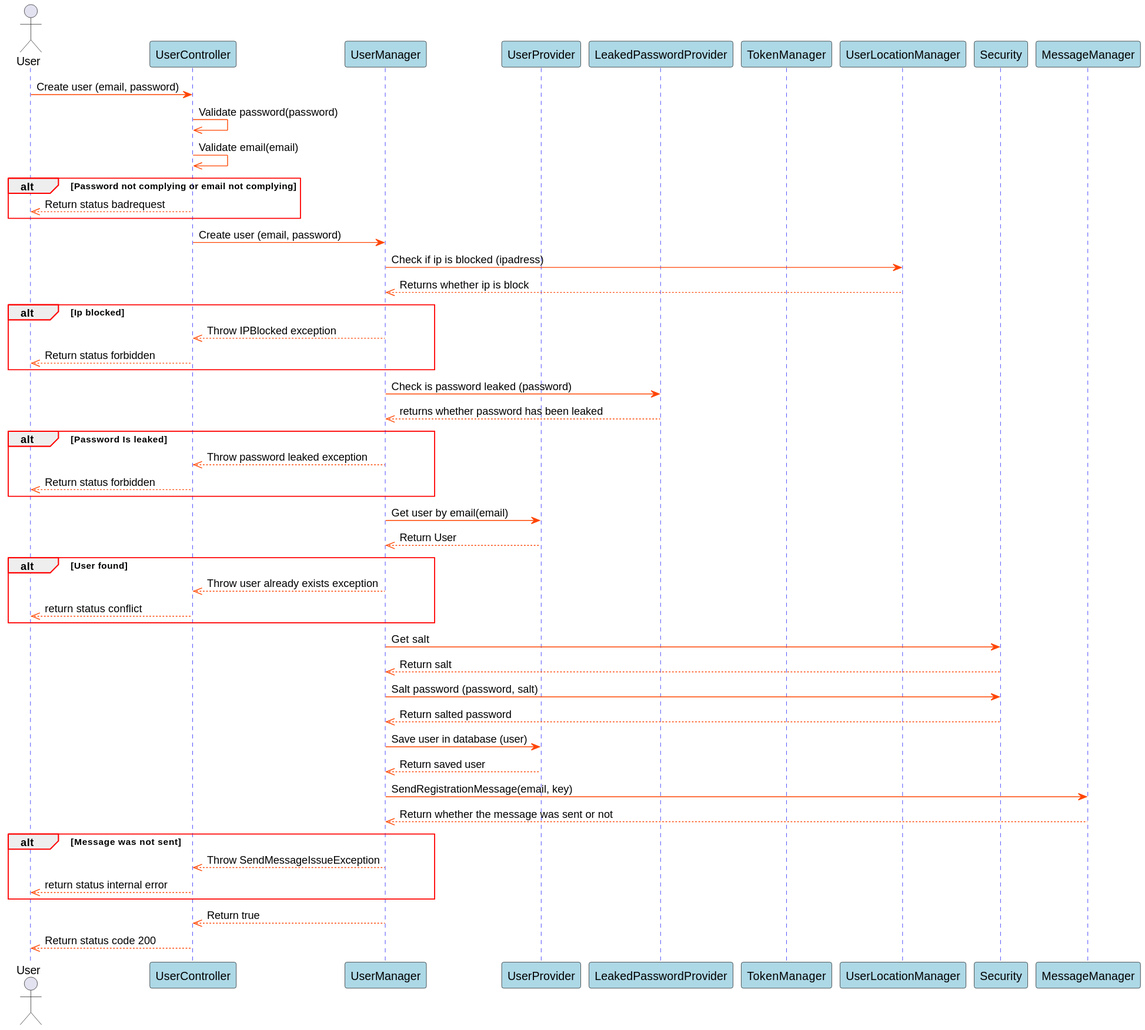
Before: Docs/out/SDDiagrams/CreateUserSD/Create User SD.svg, a diagram exported from PlantUML (blackout1471/trust-us-school).
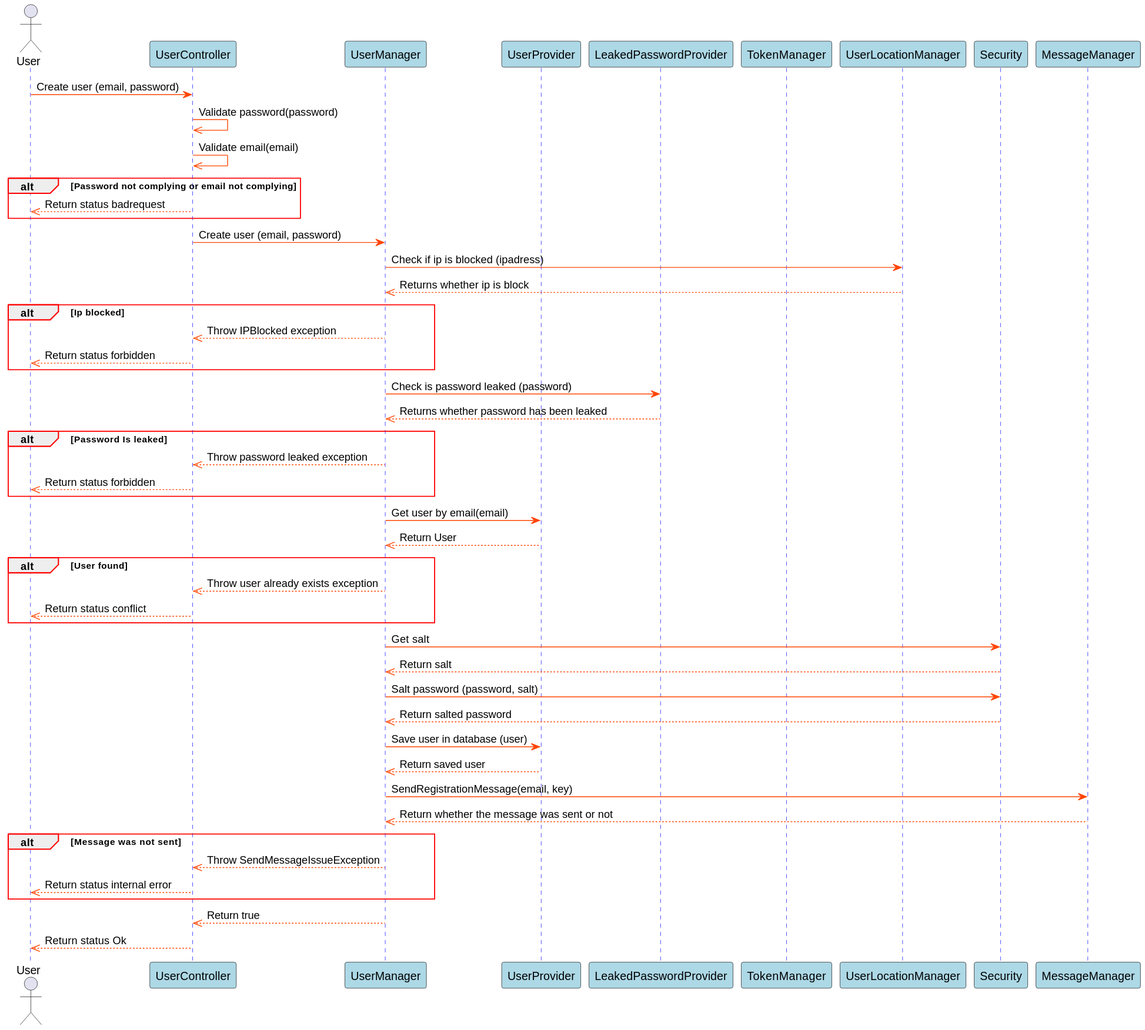
After the commit.

Diff of the diagram source:
```diff
@@ -42,7 +42,7 @@
 
 
 UserManager->LeakedPasswordProvider: Check is password leaked (password)
-LeakedPasswordProvider-->>UserManager: returns whether password has been leaked
+LeakedPasswordProvider-->>UserManager: Returns whether password has been leaked
 
 alt Password Is leaked
 UserManager-->>UserController: Throw password leaked exception
@@ -55,7 +55,7 @@
 alt User found
 
 UserManager-->>UserController: Throw user already exists exception
-UserController-->>User: return status conflict
+UserController-->>User: Return status conflict
 
 end
 
@@ -74,10 +74,10 @@
 
 alt Message was not sent
 UserManager -->> UserController: Throw SendMessageIssueException
-UserController -->> User: return status internal error
+UserController -->> User: Return status internal error
 end
 
 UserManager-->>UserController: Return true
-UserController-->>User: Return status code 200
+UserController-->>User: Return status Ok
 
 @enduml
```
